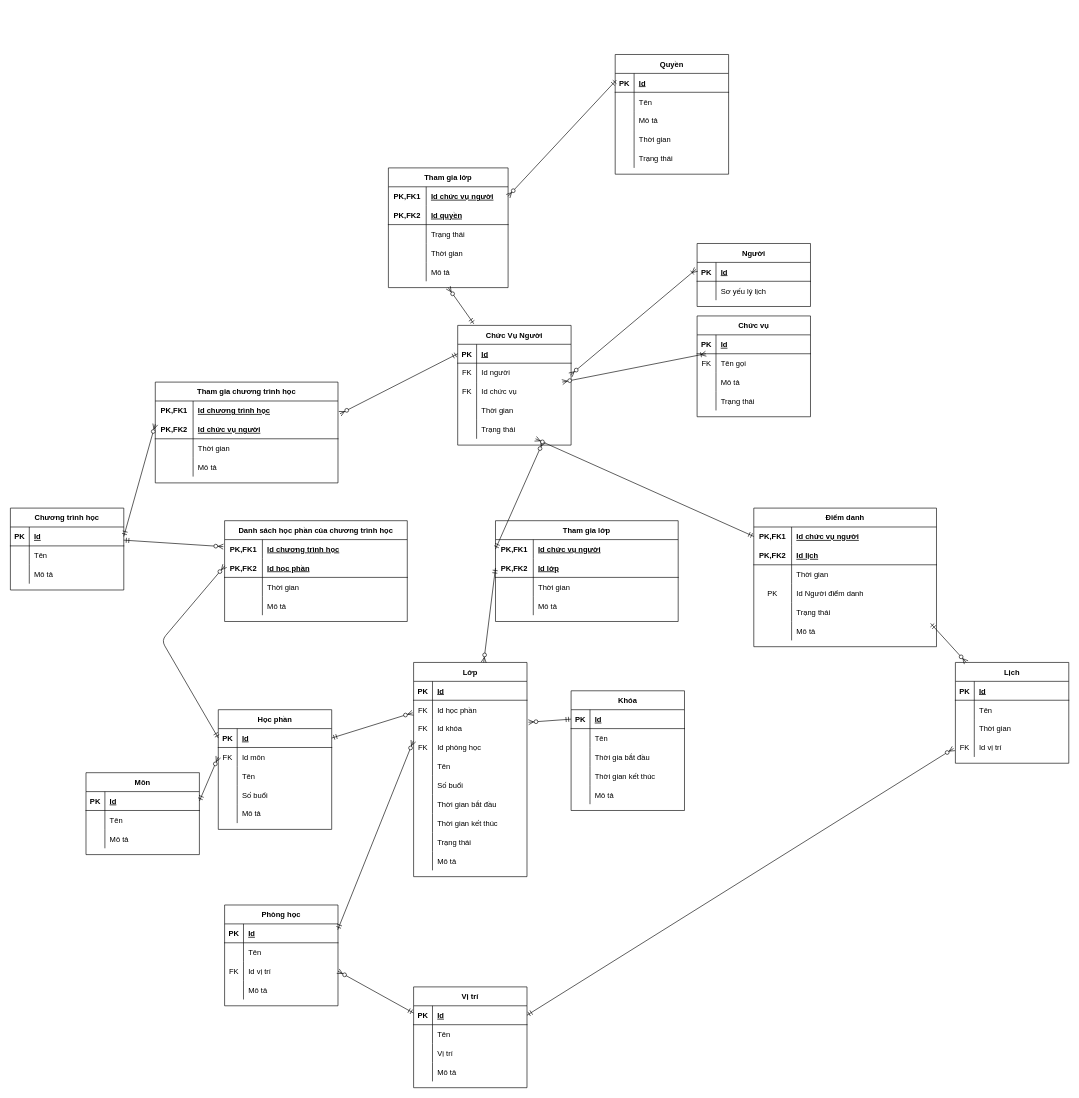
Earlier version of the draw.io diagram database.drawio (rezarria/do-an-brub). Source tidied: cells renumbered, new cells numbered last; positions are measured from the earlier drawing's top-left corner, leaving out a move shared by most shapes. Both pictures are drawn from the tidied source at 63%, with x=0, y=0 at pixel (10, 54).
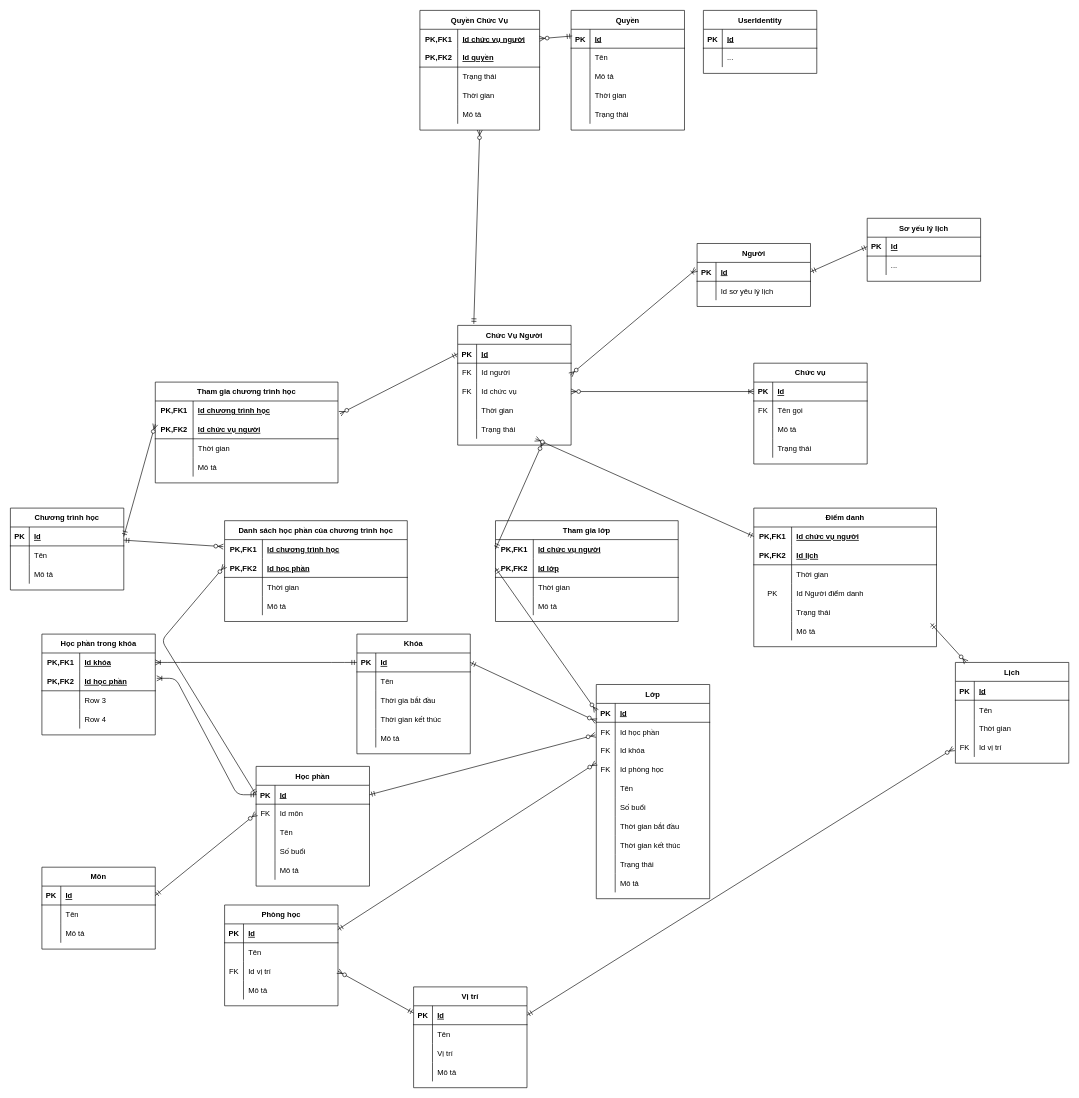
Above is the later version.

The change refers to these unchanged cells:
```xml
<mxCell id="3" style="shape=partialRectangle;fillColor=none;top=0;left=0;bottom=1;right=0;points=[[0,0.5],[1,0.5]];portConstraint=eastwest;" parent="2" vertex="1">
  <mxGeometry y="30" width="180" height="30" as="geometry" />
</mxCell>
<mxCell id="6" style="shape=partialRectangle;fillColor=none;top=0;left=0;bottom=0;right=0;" parent="2" vertex="1">
  <mxGeometry y="60" width="180" height="30" as="geometry" />
</mxCell>
<mxCell id="61" style="shape=partialRectangle;fillColor=none;top=0;left=0;bottom=1;right=0;points=[[0,0.5],[1,0.5]];portConstraint=eastwest;" parent="60" vertex="1">
  <mxGeometry y="30" width="180" height="30" as="geometry" />
</mxCell>
<mxCell id="96" style="shape=partialRectangle;fillColor=none;top=0;left=0;bottom=0;right=0;points=[[0,0.5],[1,0.5]];portConstraint=eastwest;" parent="92" vertex="1">
  <mxGeometry y="60" width="180" height="30" as="geometry" />
</mxCell>
<mxCell id="99" style="shape=partialRectangle;fillColor=none;top=0;left=0;bottom=0;right=0;points=[[0,0.5],[1,0.5]];portConstraint=eastwest;" parent="92" vertex="1">
  <mxGeometry y="90" width="180" height="30" as="geometry" />
</mxCell>
<mxCell id="140" style="shape=partialRectangle;fillColor=none;top=0;left=0;bottom=1;right=0;points=[[0,0.5],[1,0.5]];portConstraint=eastwest;" parent="139" vertex="1">
  <mxGeometry y="30" width="180" height="30" as="geometry" />
</mxCell>
```

Change to the diagram source:
```diff
@@
-    <mxCell id="8" value="Sơ yếu lý lịch" style="shape=partialRectangle;fillColor=none;top=0;left=0;bottom=0;right=0;align=left;spacingLeft=6;overflow=hidden;" parent="6" vertex="1">
+    <mxCell id="8" value="Id sơ yêu lý lịch" style="shape=partialRectangle;fillColor=none;top=0;left=0;bottom=0;right=0;align=left;spacingLeft=6;overflow=hidden;" parent="6" vertex="1">
       <mxGeometry x="30" width="150" height="30" as="geometry" />
     </mxCell>
@@
     <mxCell id="25" value="Chức vụ" style="shape=table;startSize=30;childLayout=tableLayout;rowLines=0;fontStyle=1;align=center;" parent="1" vertex="1">
-      <mxGeometry x="1090" y="415" width="180" height="160" as="geometry" />
+      <mxGeometry x="1180" y="490" width="180" height="160" as="geometry" />
     </mxCell>
@@
     <mxCell id="50" value="Môn" style="shape=table;startSize=30;childLayout=tableLayout;rowLines=0;fontStyle=1;align=center;" parent="1" vertex="1">
-      <mxGeometry x="120" y="1140" width="180" height="130" as="geometry" />
+      <mxGeometry x="50" y="1290" width="180" height="130" as="geometry" />
     </mxCell>
@@
     <mxCell id="60" value="Học phần" style="shape=table;startSize=30;childLayout=tableLayout;rowLines=0;fontStyle=1;align=center;" parent="1" vertex="1">
-      <mxGeometry x="330" y="1040" width="180" height="190" as="geometry" />
+      <mxGeometry x="390" y="1130" width="180" height="190" as="geometry" />
     </mxCell>
@@
     <mxCell id="92" value="Lớp" style="shape=table;startSize=30;childLayout=tableLayout;rowLines=0;fontStyle=1;align=center;" parent="1" vertex="1">
-      <mxGeometry x="640" y="965" width="180" height="340" as="geometry" />
+      <mxGeometry x="930" y="1000" width="180" height="340" as="geometry" />
     </mxCell>
@@
     <mxCell id="139" value="Khóa" style="shape=table;startSize=30;childLayout=tableLayout;rowLines=0;fontStyle=1;align=center;" parent="1" vertex="1">
-      <mxGeometry x="890" y="1010" width="180" height="190" as="geometry" />
+      <mxGeometry x="550" y="920" width="180" height="190" as="geometry" />
     </mxCell>
@@
-    <mxCell id="155" style="fontSize=12;html=1;endArrow=ERzeroToMany;startArrow=ERmandOne;entryX=1.013;entryY=0.164;entryDx=0;entryDy=0;exitX=0;exitY=0.5;exitDx=0;exitDy=0;entryPerimeter=0;" parent="1" edge="1" source="140" target="99">
+    <mxCell id="155" style="fontSize=12;html=1;endArrow=ERzeroToMany;startArrow=ERmandOne;entryX=-0.001;entryY=-0.058;entryDx=0;entryDy=0;exitX=1;exitY=0.5;exitDx=0;exitDy=0;entryPerimeter=0;" parent="1" edge="1" source="140" target="96">
       <mxGeometry relative="1" as="geometry" />
     </mxCell>
@@
     <mxCell id="234" value="Quyền" style="shape=table;startSize=30;childLayout=tableLayout;rowLines=0;fontStyle=1;align=center;" parent="1" vertex="1">
-      <mxGeometry x="960" width="180" height="190" as="geometry" />
+      <mxGeometry x="890" y="-70" width="180" height="190" as="geometry" />
     </mxCell>
@@
-    <mxCell id="250" value="Tham gia lớp" style="shape=table;startSize=30;childLayout=tableLayout;rowLines=0;fontStyle=1;align=center;" parent="1" vertex="1">
-      <mxGeometry x="600" y="180" width="190" height="190" as="geometry" />
+    <mxCell id="250" value="Quyền Chức Vụ" style="shape=table;startSize=30;childLayout=tableLayout;rowLines=0;fontStyle=1;align=center;" parent="1" vertex="1">
+      <mxGeometry x="650" y="-70" width="190" height="190" as="geometry" />
     </mxCell>
@@
+    <mxCell id="268" value="Sơ yếu lý lịch" style="shape=table;startSize=30;childLayout=tableLayout;rowLines=0;fontStyle=1;align=center;" parent="1" vertex="1">
+      <mxGeometry x="1360" y="260" width="180" height="100" as="geometry" />
+    </mxCell>
+    <mxCell id="269" style="shape=partialRectangle;fillColor=none;top=0;left=0;bottom=1;right=0;points=[[0,0.5],[1,0.5]];portConstraint=eastwest;" parent="268" vertex="1">
+      <mxGeometry y="30" width="180" height="30" as="geometry" />
+    </mxCell>
+    <mxCell id="270" value="PK" style="shape=partialRectangle;fillColor=none;top=0;left=0;bottom=0;right=0;fontStyle=1;overflow=hidden;" parent="269" vertex="1">
+      <mxGeometry width="30" height="30" as="geometry" />
+    </mxCell>
+    <mxCell id="271" value="Id" style="shape=partialRectangle;fillColor=none;top=0;left=0;bottom=0;right=0;align=left;spacingLeft=6;fontStyle=5;overflow=hidden;" parent="269" vertex="1">
+      <mxGeometry x="30" width="150" height="30" as="geometry" />
+    </mxCell>
+    <mxCell id="272" style="shape=partialRectangle;fillColor=none;top=0;left=0;bottom=0;right=0;" parent="268" vertex="1">
+      <mxGeometry y="60" width="180" height="30" as="geometry" />
+    </mxCell>
+    <mxCell id="273" style="shape=partialRectangle;fillColor=none;top=0;left=0;bottom=0;right=0;overflow=hidden;" parent="272" vertex="1">
+      <mxGeometry width="30" height="30" as="geometry" />
+    </mxCell>
+    <mxCell id="274" value="..." style="shape=partialRectangle;fillColor=none;top=0;left=0;bottom=0;right=0;align=left;spacingLeft=6;overflow=hidden;" parent="272" vertex="1">
+      <mxGeometry x="30" width="150" height="30" as="geometry" />
+    </mxCell>
+    <mxCell id="275" style="fontSize=12;html=1;endArrow=ERmandOne;startArrow=ERmandOne;entryX=0;entryY=0.5;entryDx=0;entryDy=0;exitX=1;exitY=0.5;exitDx=0;exitDy=0;" parent="1" edge="1" source="3" target="269">
+      <mxGeometry relative="1" as="geometry" />
+    </mxCell>
+    <mxCell id="276" value="UserIdentity" style="shape=table;startSize=30;childLayout=tableLayout;rowLines=0;fontStyle=1;align=center;" parent="1" vertex="1">
+      <mxGeometry x="1100" y="-70" width="180" height="100" as="geometry" />
+    </mxCell>
+    <mxCell id="277" style="shape=partialRectangle;fillColor=none;top=0;left=0;bottom=1;right=0;" parent="276" vertex="1">
+      <mxGeometry y="30" width="180" height="30" as="geometry" />
+    </mxCell>
+    <mxCell id="278" value="PK" style="shape=partialRectangle;fillColor=none;top=0;left=0;bottom=0;right=0;fontStyle=1;overflow=hidden;" parent="277" vertex="1">
+      <mxGeometry width="30" height="30" as="geometry" />
+    </mxCell>
+    <mxCell id="279" value="Id" style="shape=partialRectangle;fillColor=none;top=0;left=0;bottom=0;right=0;align=left;spacingLeft=6;fontStyle=5;overflow=hidden;" parent="277" vertex="1">
+      <mxGeometry x="30" width="150" height="30" as="geometry" />
+    </mxCell>
+    <mxCell id="280" style="shape=partialRectangle;fillColor=none;top=0;left=0;bottom=0;right=0;" parent="276" vertex="1">
+      <mxGeometry y="60" width="180" height="30" as="geometry" />
+    </mxCell>
+    <mxCell id="281" style="shape=partialRectangle;fillColor=none;top=0;left=0;bottom=0;right=0;overflow=hidden;" parent="280" vertex="1">
+      <mxGeometry width="30" height="30" as="geometry" />
+    </mxCell>
+    <mxCell id="282" value="..." style="shape=partialRectangle;fillColor=none;top=0;left=0;bottom=0;right=0;align=left;spacingLeft=6;overflow=hidden;" parent="280" vertex="1">
+      <mxGeometry x="30" width="150" height="30" as="geometry" />
+    </mxCell>
+    <mxCell id="283" value="Học phần trong khóa" style="shape=table;startSize=30;childLayout=tableLayout;rowLines=0;fontStyle=1;align=center;" parent="1" vertex="1">
+      <mxGeometry x="50" y="920" width="180" height="160" as="geometry" />
+    </mxCell>
+    <mxCell id="284" style="shape=partialRectangle;fillColor=none;top=0;left=0;bottom=0;right=0;points=[[0,0.5],[1,0.5]];portConstraint=eastwest;" parent="283" vertex="1">
+      <mxGeometry y="30" width="180" height="30" as="geometry" />
+    </mxCell>
+    <mxCell id="285" value="PK,FK1" style="shape=partialRectangle;fillColor=none;top=0;left=0;bottom=0;right=0;fontStyle=1;overflow=hidden;" parent="284" vertex="1">
+      <mxGeometry width="60" height="30" as="geometry" />
+    </mxCell>
+    <mxCell id="286" value="Id khóa" style="shape=partialRectangle;fillColor=none;top=0;left=0;bottom=0;right=0;align=left;spacingLeft=6;fontStyle=5;overflow=hidden;" parent="284" vertex="1">
+      <mxGeometry x="60" width="120" height="30" as="geometry" />
+    </mxCell>
+    <mxCell id="287" style="shape=partialRectangle;fillColor=none;top=0;left=0;bottom=1;right=0;points=[[0,0.5],[1,0.5]];portConstraint=eastwest;" parent="283" vertex="1">
+      <mxGeometry y="60" width="180" height="30" as="geometry" />
+    </mxCell>
+    <mxCell id="288" value="PK,FK2" style="shape=partialRectangle;fillColor=none;top=0;left=0;bottom=0;right=0;fontStyle=1;overflow=hidden;" parent="287" vertex="1">
+      <mxGeometry width="60" height="30" as="geometry" />
+    </mxCell>
+    <mxCell id="289" value="Id học phần" style="shape=partialRectangle;fillColor=none;top=0;left=0;bottom=0;right=0;align=left;spacingLeft=6;fontStyle=5;overflow=hidden;" parent="287" vertex="1">
+      <mxGeometry x="60" width="120" height="30" as="geometry" />
+    </mxCell>
+    <mxCell id="290" style="shape=partialRectangle;fillColor=none;top=0;left=0;bottom=0;right=0;" parent="283" vertex="1">
+      <mxGeometry y="90" width="180" height="30" as="geometry" />
+    </mxCell>
+    <mxCell id="291" style="shape=partialRectangle;fillColor=none;top=0;left=0;bottom=0;right=0;overflow=hidden;" parent="290" vertex="1">
+      <mxGeometry width="60" height="30" as="geometry" />
+    </mxCell>
+    <mxCell id="292" value="Row 3" style="shape=partialRectangle;fillColor=none;top=0;left=0;bottom=0;right=0;align=left;spacingLeft=6;overflow=hidden;" parent="290" vertex="1">
+      <mxGeometry x="60" width="120" height="30" as="geometry" />
+    </mxCell>
+    <mxCell id="293" style="shape=partialRectangle;fillColor=none;top=0;left=0;bottom=0;right=0;" parent="283" vertex="1">
+      <mxGeometry y="120" width="180" height="30" as="geometry" />
+    </mxCell>
+    <mxCell id="294" style="shape=partialRectangle;fillColor=none;top=0;left=0;bottom=0;right=0;overflow=hidden;" parent="293" vertex="1">
+      <mxGeometry width="60" height="30" as="geometry" />
+    </mxCell>
+    <mxCell id="295" value="Row 4" style="shape=partialRectangle;fillColor=none;top=0;left=0;bottom=0;right=0;align=left;spacingLeft=6;overflow=hidden;" parent="293" vertex="1">
+      <mxGeometry x="60" width="120" height="30" as="geometry" />
+    </mxCell>
+    <mxCell id="296" style="edgeStyle=entityRelationEdgeStyle;fontSize=12;html=1;endArrow=ERoneToMany;startArrow=ERmandOne;exitX=0;exitY=0.5;exitDx=0;exitDy=0;entryX=1;entryY=0.5;entryDx=0;entryDy=0;" parent="1" edge="1" source="140" target="284">
+      <mxGeometry relative="1" as="geometry" />
+    </mxCell>
+    <mxCell id="297" style="edgeStyle=entityRelationEdgeStyle;fontSize=12;html=1;endArrow=ERoneToMany;startArrow=ERmandOne;entryX=1.013;entryY=0.34;entryDx=0;entryDy=0;entryPerimeter=0;" parent="1" edge="1" source="61" target="287">
+      <mxGeometry relative="1" as="geometry" />
+    </mxCell>
```
